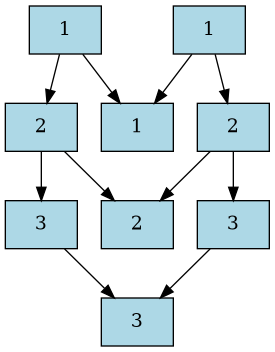
0520Jose/-EDD-1S2025_202300539 keeps this Graphviz diagram as Fase_1/AutoGestPro/Reportes/MatrizDispersa.png. Above is the earlier version. Its source is kept beside it as Fase_1/AutoGestPro/Reportes/MatrizDispersa.dot. Its diagram source:
```dot
digraph G {
node [shape=record];
rankdir=UD;
	Fila1[style="filled", fillcolor="lightblue", label="1"];
	Fila2[style="filled", fillcolor="lightblue", label="2"];
	Fila3[style="filled", fillcolor="lightblue", label="3"];
	Fila1 -> Fila2;
	Fila2 -> Fila3;
	Nodo1_1[style="filled", fillcolor="lightblue", label="1"];
	Fila1 -> Nodo1_1;
	Nodo2_2[style="filled", fillcolor="lightblue", label="2"];
	Fila2 -> Nodo2_2;
	Nodo3_3[style="filled", fillcolor="lightblue", label="3"];
	Fila3 -> Nodo3_3;
	Columna1 -> Nodo1_1;
	Columna2 -> Nodo2_2;
	Columna3 -> Nodo3_3;
	Columna1[style="filled", fillcolor="lightblue", label="1"];
	Columna2[style="filled", fillcolor="lightblue", label="2"];
	Columna3[style="filled", fillcolor="lightblue", label="3"];
	Columna1 -> Columna2;
	Columna2 -> Columna3;
}
```
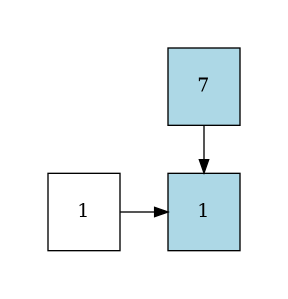
After the commit.

Diff of the diagram source:
```diff
@@ -1,23 +1,11 @@
 digraph G {
-node [shape=record];
-rankdir=UD;
-	Fila1[style="filled", fillcolor="lightblue", label="1"];
-	Fila2[style="filled", fillcolor="lightblue", label="2"];
-	Fila3[style="filled", fillcolor="lightblue", label="3"];
-	Fila1 -> Fila2;
-	Fila2 -> Fila3;
-	Nodo1_1[style="filled", fillcolor="lightblue", label="1"];
-	Fila1 -> Nodo1_1;
-	Nodo2_2[style="filled", fillcolor="lightblue", label="2"];
-	Fila2 -> Nodo2_2;
-	Nodo3_3[style="filled", fillcolor="lightblue", label="3"];
-	Fila3 -> Nodo3_3;
-	Columna1 -> Nodo1_1;
-	Columna2 -> Nodo2_2;
-	Columna3 -> Nodo3_3;
-	Columna1[style="filled", fillcolor="lightblue", label="1"];
-	Columna2[style="filled", fillcolor="lightblue", label="2"];
-	Columna3[style="filled", fillcolor="lightblue", label="3"];
-	Columna1 -> Columna2;
-	Columna2 -> Columna3;
+graph [pad="0.5", nodesep="0.5", ranksep="0.5"]
+node [shape=box, height=0.8]
+	Fila1[style="filled", fillcolor="white", label="1", group=0];
+	Columna7 -> Nodo1_7;
+	Columna7[style="filled", fillcolor="lightblue", label="7"];
+	{rank = same;Columna7;}
+	Nodo1_7[style="filled", fillcolor="lightblue", label="1", group ="7"];
+	Fila1 -> Nodo1_7;
+	{rank = same; Fila1;	Nodo1_7;}
 }
```
